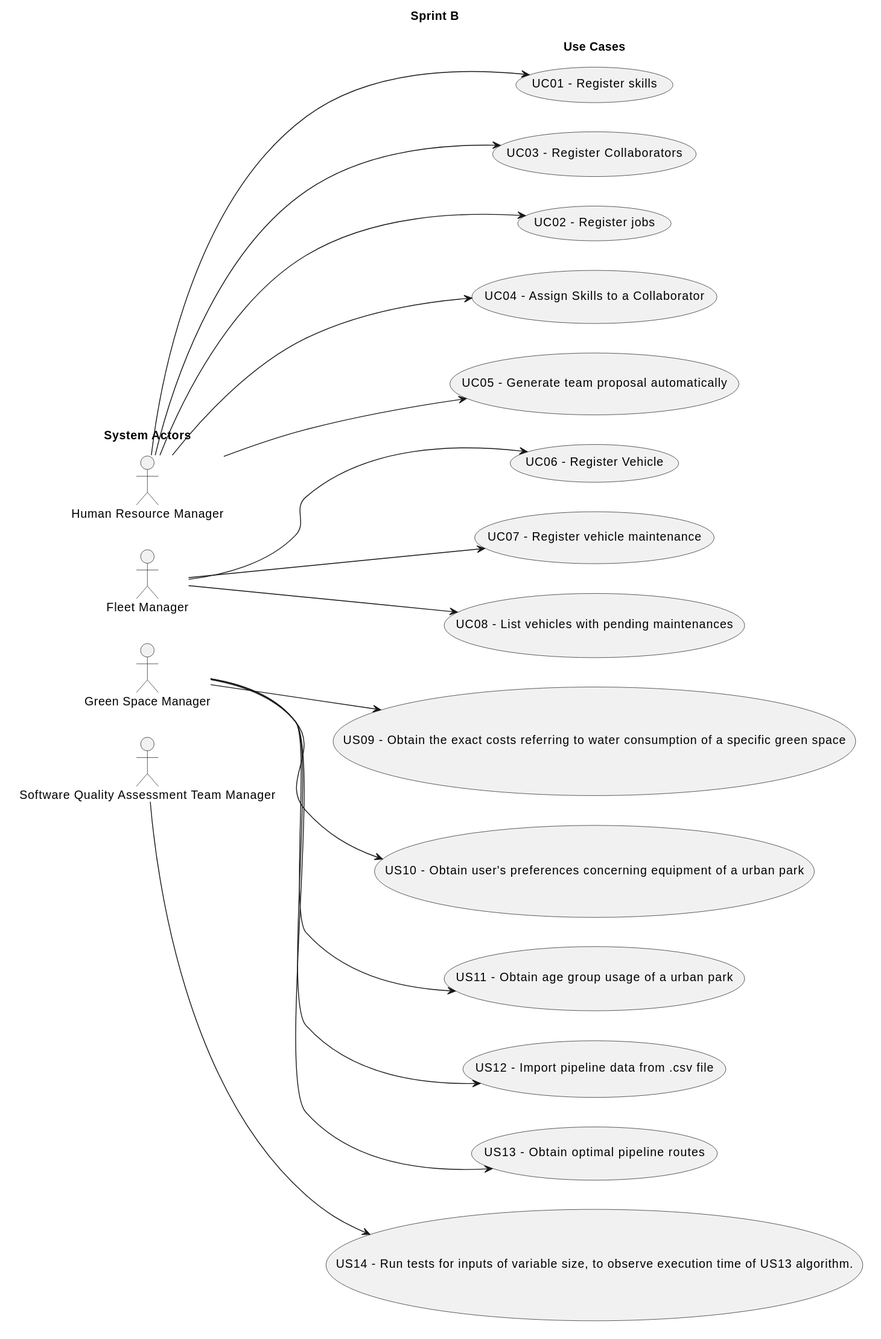
Paulo-Pereira-at-ISEP/lei-24-s2-1nanb-g321 keeps this PlantUML diagram as docs/sprintB/global-artifacts/01.requirements-engineering/svg/use-case-diagram.svg. Above is the earlier version.
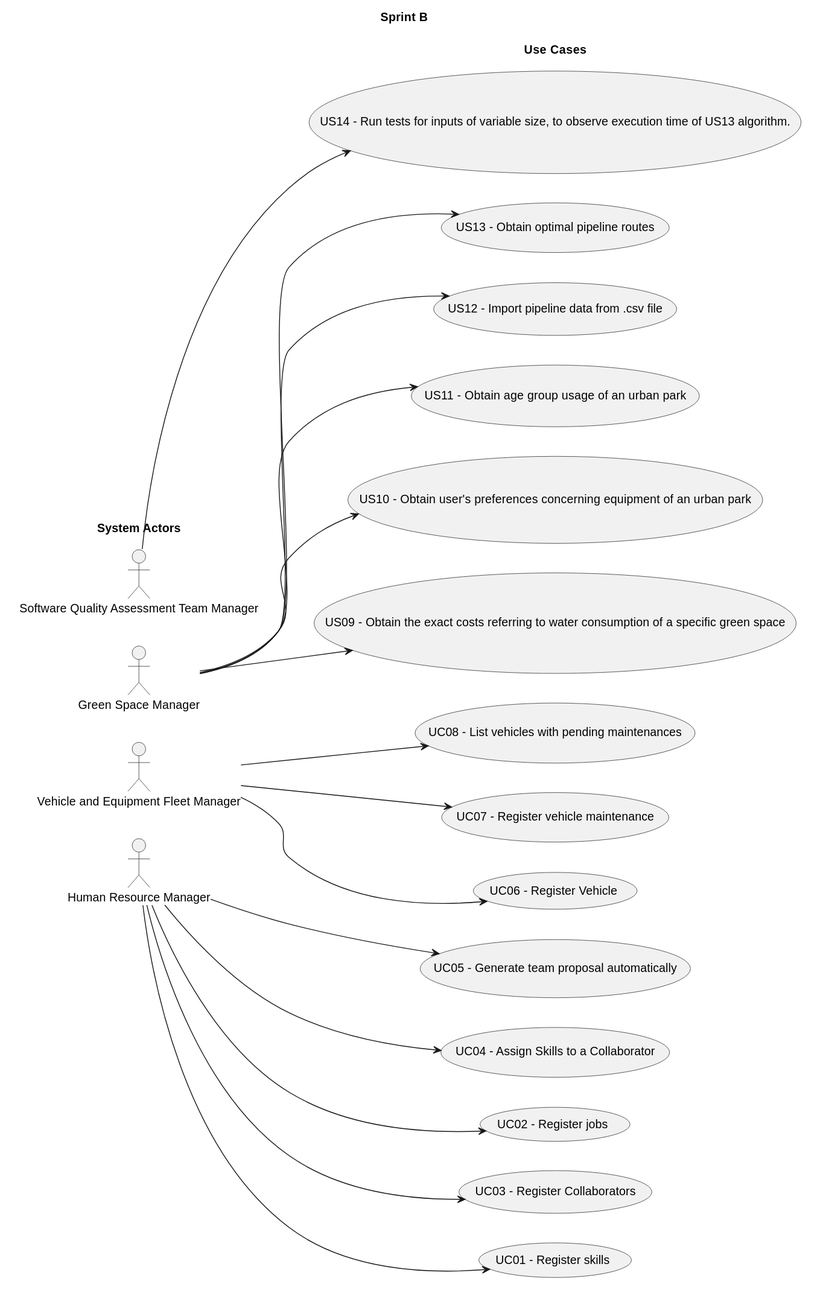
After the change.

Commit message:
LGGPM-104 - Use Case Diagram updated

Diff of the diagram source:
```diff
@@ -13,7 +13,7 @@
 rectangle "System Actors" as actors {
     actor "Software Quality Assessment Team Manager" as QAM
     actor "Green Space Manager" as GSM
-    actor "Fleet Manager" as FM
+    actor "Vehicle and Equipment Fleet Manager" as VFM
     actor "Human Resource Manager" as HRM
 
 }
@@ -26,8 +26,8 @@
     usecase "US14 - Run tests for inputs of variable size, to observe execution time of US13 algorithm." as UC14
     usecase "US13 - Obtain optimal pipeline routes" as UC13
     usecase "US12 - Import pipeline data from .csv file" as UC12
-    usecase "US11 - Obtain age group usage of a urban park" as UC11
-    usecase "US10 - Obtain user's preferences concerning equipment of a urban park" as UC10
+    usecase "US11 - Obtain age group usage of an urban park" as UC11
+    usecase "US10 - Obtain user's preferences concerning equipment of an urban park" as UC10
     usecase "US09 - Obtain the exact costs referring to water consumption of a specific green space" as UC09
     usecase "UC08 - List vehicles with pending maintenances" as UC08
     usecase "UC07 - Register vehicle maintenance" as UC07
@@ -44,9 +44,9 @@
     HRM --> UC03
     HRM --> UC04
     HRM --> UC05
-    FM --> UC06
-    FM --> UC07
-    FM --> UC08
+    VFM --> UC06
+    VFM --> UC07
+    VFM --> UC08
     GSM --> UC09
     GSM --> UC10
     GSM --> UC11
```
